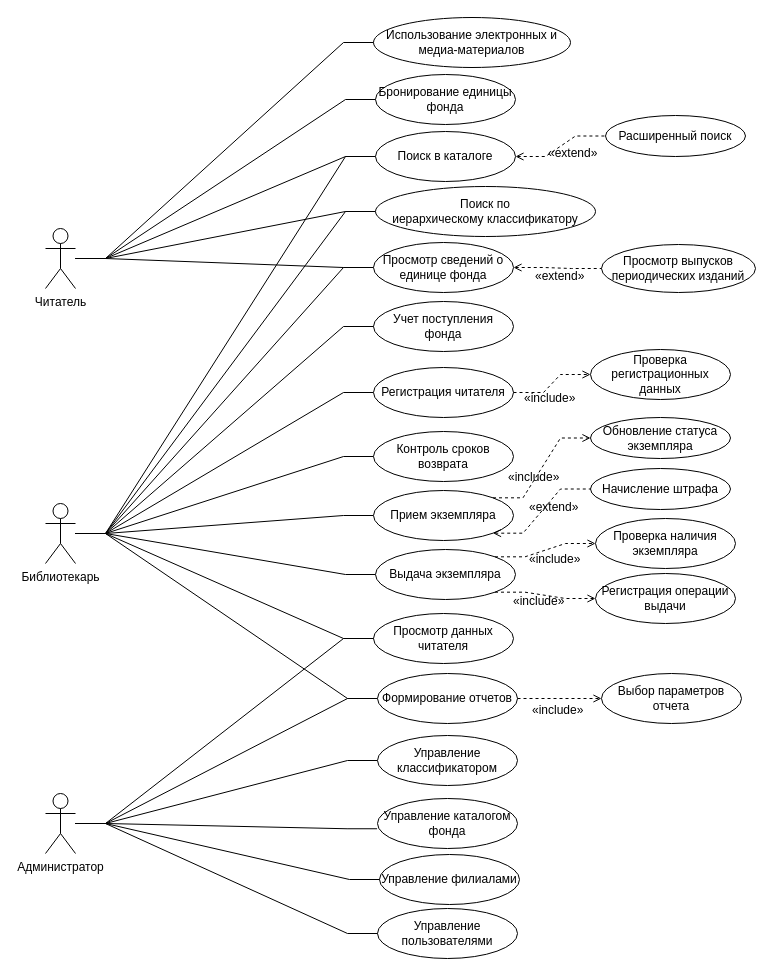
Above: page "UseCase" (1 of 10) of db_design.drawio in Alivaros/Course_Project_DB (draw.io), before the change. Source tidied: cells renumbered, new cells numbered last; positions are measured from the earlier drawing's top-left corner, leaving out a move shared by most shapes. Both pictures are drawn from the tidied source at 100%, with x=0, y=0 at pixel (45, 17).
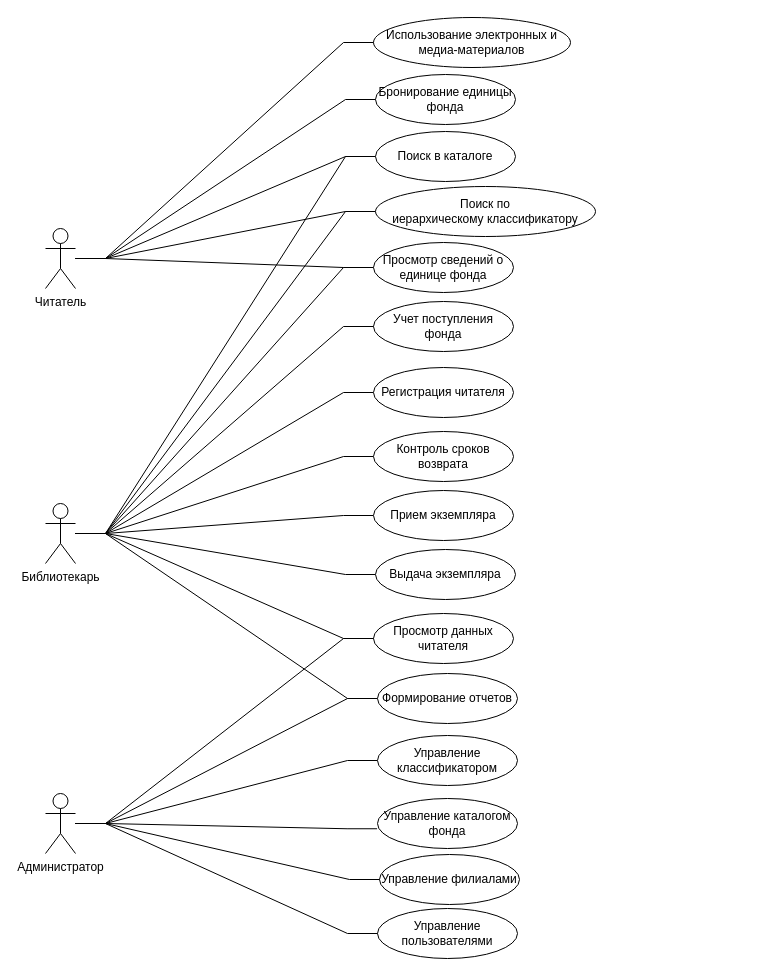
The same diagram, later.

Commit message:
Небольшие изменения

The change refers to these unchanged cells:
```xml
<mxCell id="19" value="Поиск в каталоге" style="ellipse;whiteSpace=wrap;html=1;" parent="1" vertex="1">
  <mxGeometry x="330" y="114" width="140" height="50" as="geometry" />
</mxCell>
<mxCell id="21" value="Просмотр сведений о единице фонда" style="ellipse;whiteSpace=wrap;html=1;" parent="1" vertex="1">
  <mxGeometry x="328" y="225" width="140" height="50" as="geometry" />
</mxCell>
<mxCell id="23" value="Регистрация читателя" style="ellipse;whiteSpace=wrap;html=1;" parent="1" vertex="1">
  <mxGeometry x="328" y="350" width="140" height="50" as="geometry" />
</mxCell>
<mxCell id="25" value="Прием экземпляра" style="ellipse;whiteSpace=wrap;html=1;" parent="1" vertex="1">
  <mxGeometry x="328" y="473" width="140" height="50" as="geometry" />
</mxCell>
<mxCell id="26" value="Выдача экземпляра" style="ellipse;whiteSpace=wrap;html=1;" parent="1" vertex="1">
  <mxGeometry x="330" y="532" width="140" height="50" as="geometry" />
</mxCell>
<mxCell id="27" value="Формирование отчетов" style="ellipse;whiteSpace=wrap;html=1;" parent="1" vertex="1">
  <mxGeometry x="332" y="656" width="140" height="50" as="geometry" />
</mxCell>
```

Diff of the diagram source:
```diff
@@
-    <mxCell id="42" style="edgeStyle=entityRelationEdgeStyle;rounded=0;jettySize=auto;html=1;exitX=1;exitY=0;exitDx=0;exitDy=0;entryX=0;entryY=0.5;entryDx=0;entryDy=0;dashed=1;endArrow=open;endFill=0;" parent="1" edge="1" source="26" target="43">
-      <mxGeometry relative="1" as="geometry" />
-    </mxCell>
-    <mxCell id="43" value="Проверка наличия экземпляра" style="ellipse;whiteSpace=wrap;html=1;" parent="1" vertex="1">
-      <mxGeometry x="550" y="501" width="140" height="50" as="geometry" />
-    </mxCell>
-    <mxCell id="44" value="«&lt;span style=&quot;background-color: transparent; color: light-dark(rgb(0, 0, 0), rgb(255, 255, 255));&quot;&gt;include»&lt;/span&gt;" style="text;whiteSpace=wrap;html=1;fontFamily=Helvetica;" parent="1" vertex="1">
-      <mxGeometry x="482" y="528" width="51" height="23" as="geometry" />
-    </mxCell>
-    <mxCell id="45" style="edgeStyle=entityRelationEdgeStyle;rounded=0;jettySize=auto;html=1;exitX=1;exitY=1;exitDx=0;exitDy=0;entryX=0;entryY=0.5;entryDx=0;entryDy=0;dashed=1;endArrow=open;endFill=0;" parent="1" edge="1" source="26" target="46">
-      <mxGeometry relative="1" as="geometry" />
-    </mxCell>
-    <mxCell id="46" value="Регистрация операции выдачи" style="ellipse;whiteSpace=wrap;html=1;" parent="1" vertex="1">
-      <mxGeometry x="550" y="556" width="140" height="50" as="geometry" />
-    </mxCell>
-    <mxCell id="47" value="«&lt;span style=&quot;background-color: transparent; color: light-dark(rgb(0, 0, 0), rgb(255, 255, 255));&quot;&gt;include»&lt;/span&gt;" style="text;whiteSpace=wrap;html=1;fontFamily=Helvetica;" parent="1" vertex="1">
-      <mxGeometry x="466" y="569.5" width="51" height="23" as="geometry" />
-    </mxCell>
-    <mxCell id="48" style="edgeStyle=entityRelationEdgeStyle;rounded=0;jettySize=auto;html=1;exitX=1;exitY=0;exitDx=0;exitDy=0;entryX=0;entryY=0.5;entryDx=0;entryDy=0;dashed=1;endArrow=open;endFill=0;" parent="1" edge="1" source="25" target="49">
-      <mxGeometry relative="1" as="geometry" />
-    </mxCell>
-    <mxCell id="49" value="Обновление статуса экземпляра" style="ellipse;whiteSpace=wrap;html=1;" parent="1" vertex="1">
-      <mxGeometry x="545" y="400" width="140" height="41" as="geometry" />
-    </mxCell>
-    <mxCell id="50" value="«&lt;span style=&quot;background-color: transparent; color: light-dark(rgb(0, 0, 0), rgb(255, 255, 255));&quot;&gt;include»&lt;/span&gt;" style="text;whiteSpace=wrap;html=1;fontFamily=Helvetica;" parent="1" vertex="1">
-      <mxGeometry x="461" y="446" width="51" height="23" as="geometry" />
-    </mxCell>
-    <mxCell id="51" style="edgeStyle=entityRelationEdgeStyle;rounded=0;jettySize=auto;html=1;exitX=1;exitY=0.5;exitDx=0;exitDy=0;entryX=0;entryY=0.5;entryDx=0;entryDy=0;dashed=1;endArrow=open;endFill=0;" parent="1" edge="1" source="23" target="52">
-      <mxGeometry relative="1" as="geometry" />
-    </mxCell>
-    <mxCell id="52" value="Проверка регистрационных данных" style="ellipse;whiteSpace=wrap;html=1;" parent="1" vertex="1">
-      <mxGeometry x="545" y="332" width="140" height="50" as="geometry" />
-    </mxCell>
-    <mxCell id="53" value="«&lt;span style=&quot;background-color: transparent; color: light-dark(rgb(0, 0, 0), rgb(255, 255, 255));&quot;&gt;include»&lt;/span&gt;" style="text;whiteSpace=wrap;html=1;fontFamily=Helvetica;" parent="1" vertex="1">
-      <mxGeometry x="477" y="367" width="51" height="23" as="geometry" />
-    </mxCell>
-    <mxCell id="54" style="edgeStyle=entityRelationEdgeStyle;rounded=0;jettySize=auto;html=1;exitX=1;exitY=0.5;exitDx=0;exitDy=0;entryX=0;entryY=0.5;entryDx=0;entryDy=0;dashed=1;endArrow=open;endFill=0;" parent="1" edge="1" source="27" target="55">
-      <mxGeometry relative="1" as="geometry" />
-    </mxCell>
-    <mxCell id="55" value="Выбор параметров отчета" style="ellipse;whiteSpace=wrap;html=1;" parent="1" vertex="1">
-      <mxGeometry x="556" y="656" width="140" height="50" as="geometry" />
-    </mxCell>
-    <mxCell id="56" value="«&lt;span style=&quot;background-color: transparent; color: light-dark(rgb(0, 0, 0), rgb(255, 255, 255));&quot;&gt;include»&lt;/span&gt;" style="text;whiteSpace=wrap;html=1;fontFamily=Helvetica;" parent="1" vertex="1">
-      <mxGeometry x="485" y="679" width="51" height="23" as="geometry" />
-    </mxCell>
-    <mxCell id="57" value="Начисление штрафа" style="ellipse;whiteSpace=wrap;html=1;" parent="1" vertex="1">
-      <mxGeometry x="545" y="451" width="140" height="41" as="geometry" />
-    </mxCell>
-    <mxCell id="58" value="«extend&lt;span style=&quot;background-color: transparent; color: light-dark(rgb(0, 0, 0), rgb(255, 255, 255));&quot;&gt;»&lt;/span&gt;" style="text;whiteSpace=wrap;html=1;fontFamily=Helvetica;" parent="1" vertex="1">
-      <mxGeometry x="482" y="476" width="51" height="23" as="geometry" />
-    </mxCell>
-    <mxCell id="59" value="Расширенный поиск" style="ellipse;whiteSpace=wrap;html=1;" parent="1" vertex="1">
-      <mxGeometry x="560" y="98" width="140" height="41" as="geometry" />
-    </mxCell>
-    <mxCell id="60" style="edgeStyle=entityRelationEdgeStyle;rounded=0;jettySize=auto;html=1;exitX=1;exitY=0.5;exitDx=0;exitDy=0;dashed=1;endArrow=none;endFill=0;entryX=0;entryY=0.5;entryDx=0;entryDy=0;startArrow=open;startFill=0;" parent="1" edge="1" source="19" target="59">
-      <mxGeometry relative="1" as="geometry" />
-    </mxCell>
-    <mxCell id="61" value="«extend&lt;span style=&quot;background-color: transparent; color: light-dark(rgb(0, 0, 0), rgb(255, 255, 255));&quot;&gt;»&lt;/span&gt;" style="text;whiteSpace=wrap;html=1;fontFamily=Helvetica;" parent="1" vertex="1">
-      <mxGeometry x="501" y="122" width="51" height="23" as="geometry" />
-    </mxCell>
-    <mxCell id="62" style="edgeStyle=entityRelationEdgeStyle;rounded=0;jettySize=auto;html=1;exitX=1;exitY=1;exitDx=0;exitDy=0;dashed=1;endArrow=none;endFill=0;entryX=0;entryY=0.5;entryDx=0;entryDy=0;startArrow=open;startFill=0;" parent="1" edge="1" source="25" target="57">
-      <mxGeometry relative="1" as="geometry" />
-    </mxCell>
-    <mxCell id="63" value="Просмотр выпусков периодических изданий" style="ellipse;whiteSpace=wrap;html=1;" parent="1" vertex="1">
-      <mxGeometry x="556" y="227" width="154" height="48" as="geometry" />
-    </mxCell>
-    <mxCell id="64" style="edgeStyle=entityRelationEdgeStyle;rounded=0;jettySize=auto;html=1;exitX=1;exitY=0.5;exitDx=0;exitDy=0;dashed=1;endArrow=none;endFill=0;entryX=0;entryY=0.5;entryDx=0;entryDy=0;startArrow=open;startFill=0;" parent="1" edge="1" source="21" target="63">
-      <mxGeometry relative="1" as="geometry" />
-    </mxCell>
-    <mxCell id="65" value="«extend&lt;span style=&quot;background-color: transparent; color: light-dark(rgb(0, 0, 0), rgb(255, 255, 255));&quot;&gt;»&lt;/span&gt;" style="text;whiteSpace=wrap;html=1;fontFamily=Helvetica;" parent="1" vertex="1">
-      <mxGeometry x="488" y="245" width="51" height="23" as="geometry" />
-    </mxCell>
```
